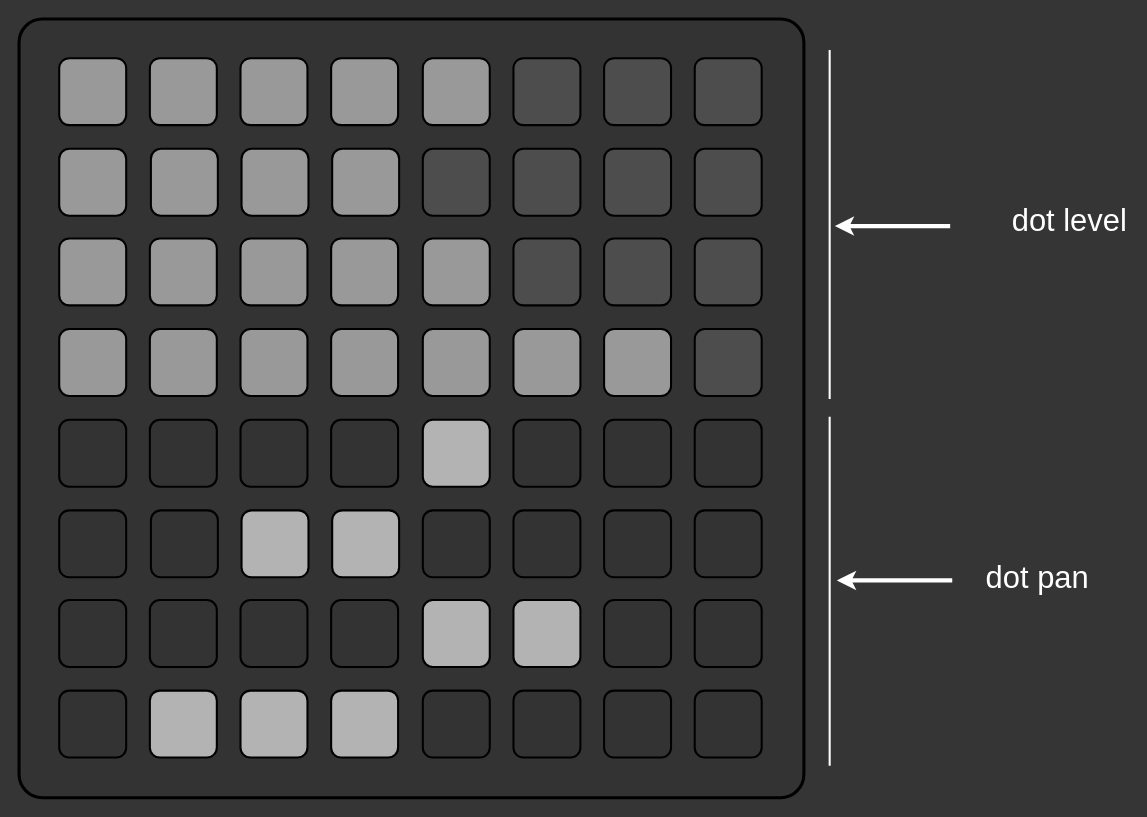
Before: page "page 1" (1 of 2) of static/grid_moments.drawio in leontoddjohnson/etc, a draw.io diagram. Source tidied: cells renumbered, new cells numbered last; positions are measured from the earlier drawing's top-left corner, leaving out a move shared by most shapes. Both pictures are drawn from the tidied source at 103%, with x=0, y=0 at pixel (19, 19).
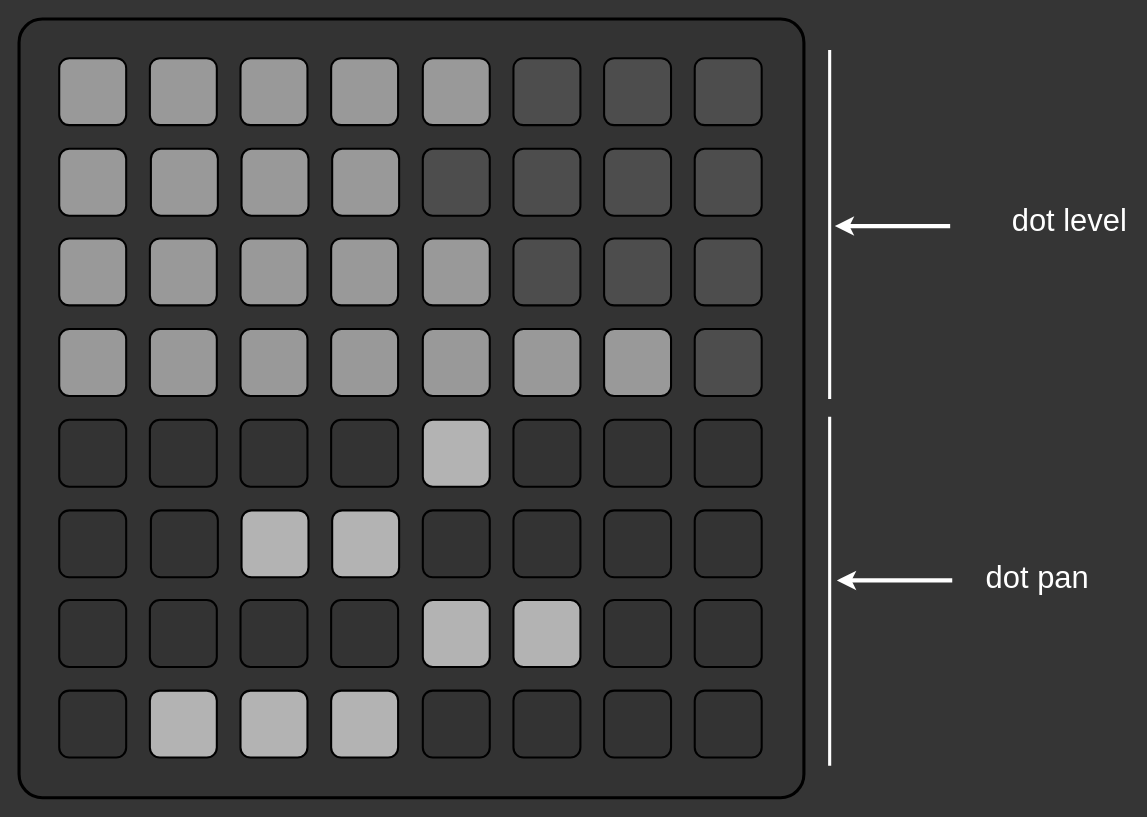
The same page after the edit.

The edit, as a diff of the source:
```diff
@@
-    <mxCell id="70" style="endArrow=none;html=1;rounded=0;strokeWidth=2;strokeColor=#FFFFFF;fontColor=#FFFFFF;" parent="1" edge="1">
+    <mxCell id="70" style="endArrow=none;html=1;rounded=0;strokeWidth=3;strokeColor=#FFFFFF;fontColor=#FFFFFF;" parent="1" edge="1">
       <mxGeometry relative="1" as="geometry">
         <mxPoint x="787" y="369" as="sourcePoint" />
         <mxPoint x="787" y="30" as="targetPoint" />
       </mxGeometry>
     </mxCell>
-    <mxCell id="71" style="endArrow=none;html=1;rounded=0;strokeWidth=2;strokeColor=#FFFFFF;fontColor=#FFFFFF;" parent="1" edge="1">
+    <mxCell id="71" style="endArrow=none;html=1;rounded=0;strokeWidth=3;strokeColor=#FFFFFF;fontColor=#FFFFFF;" parent="1" edge="1">
       <mxGeometry relative="1" as="geometry">
         <mxPoint x="787" y="725" as="sourcePoint" />
         <mxPoint x="787" y="386" as="targetPoint" />
       </mxGeometry>
     </mxCell>
```
